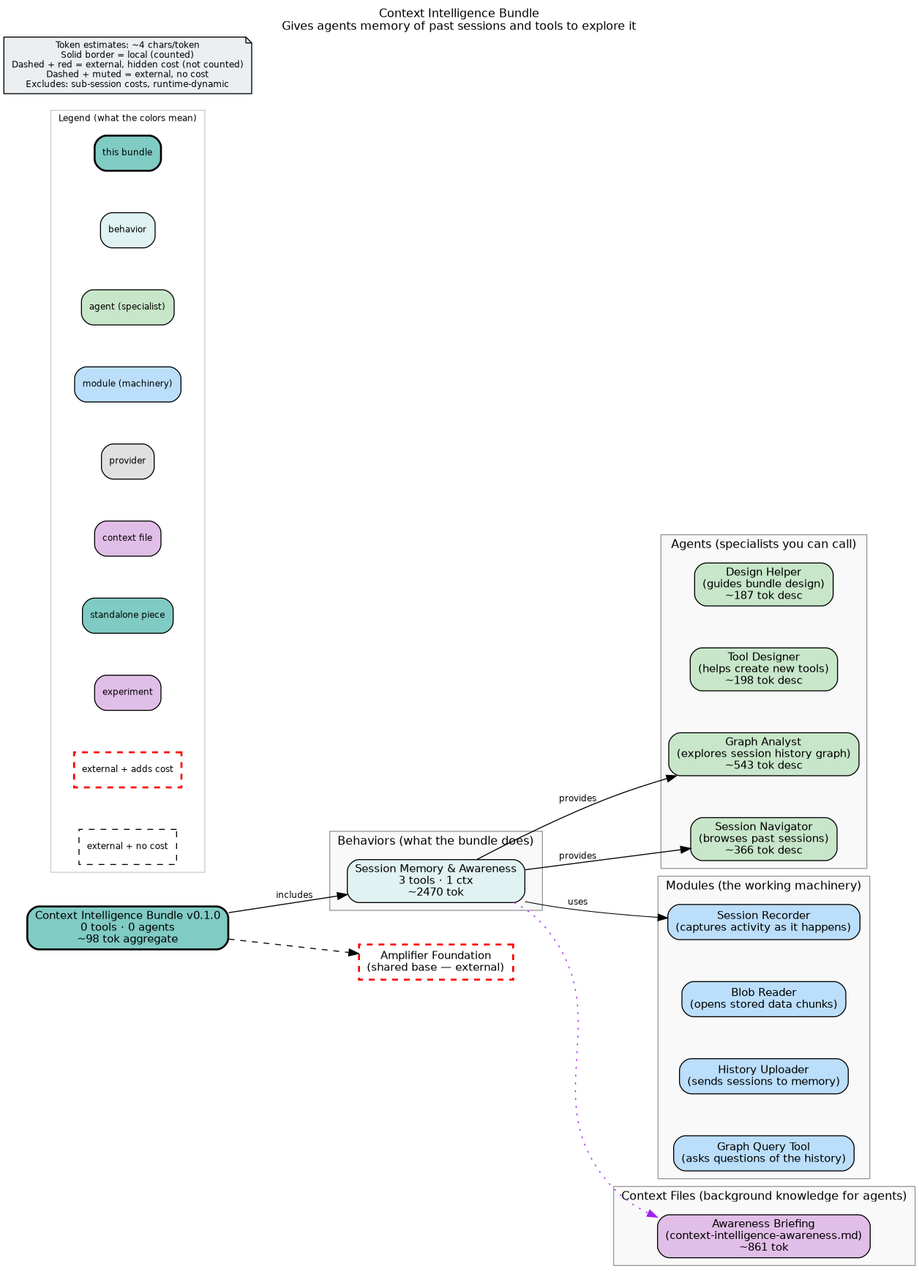
This is bundle.png from microsoft/amplifier-bundle-context-intelligence, a Graphviz export, as it was before one commit. Its source is kept beside it as bundle.dot.
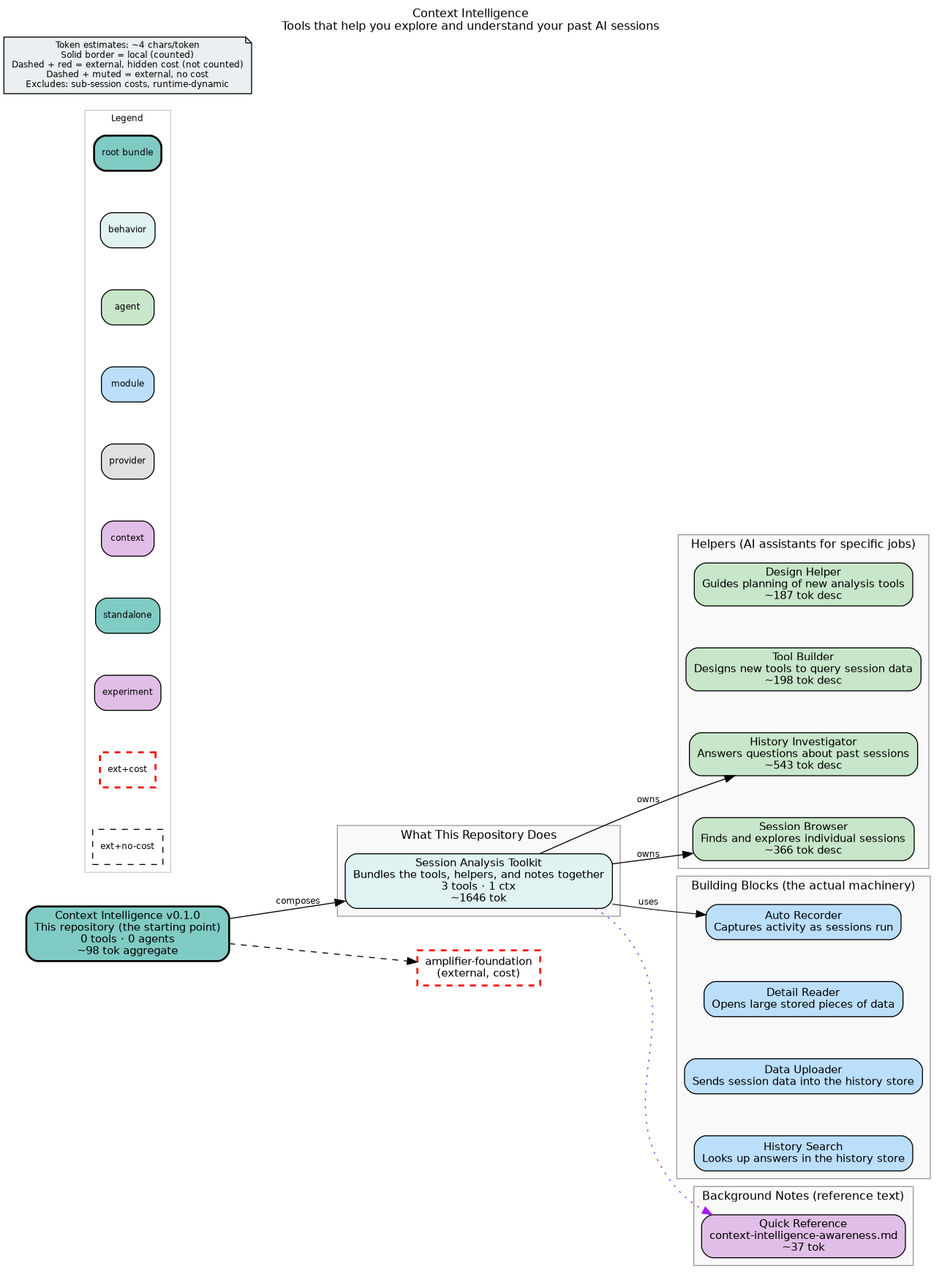
After the commit.

Diff of the diagram source:
```diff
@@ -2,88 +2,88 @@
     rankdir=LR
     fontname="Helvetica"
     fontsize=12
-    label="Context Intelligence Bundle\nGives agents memory of past sessions and tools to explore it"
+    label="Context Intelligence\nTools that help you explore and understand your past AI sessions"
     labelloc=t
     labeljust=c
     nodesep=0.6
     ranksep=0.7
     bgcolor="white"
-    source_hash="f138ee0941183a758726ef2860fce4f00279ddbce185e75572e772c8005b00fb"
+    source_hash="bf6a2e798b67aff8106a285f44fea27f2d3d68913787e4d477005c79e2b68b7c"
 
     node [fontname="Helvetica", fontsize=11, style="filled,rounded"]
     edge [fontname="Helvetica", fontsize=9]
 
-    root_context_intelligence [label="Context Intelligence Bundle v0.1.0\n0 tools · 0 agents\n~98 tok aggregate", shape=box, fillcolor="#80cbc4", style="filled,rounded,bold", penwidth=2]
+    root_context_intelligence [label="Context Intelligence v0.1.0\nThis repository (the starting point)\n0 tools · 0 agents\n~98 tok aggregate", shape=box, fillcolor="#80cbc4", style="filled,rounded,bold", penwidth=2]
 
     subgraph cluster_behaviors {
-        label="Behaviors (what the bundle does)"
+        label="What This Repository Does"
         style="filled"
         fillcolor="#f9f9f9"
         color="#999999"
 
-        beh_context_intelligence_behavior [label="Session Memory & Awareness\n3 tools · 1 ctx\n~2470 tok", shape=box, fillcolor="#e0f2f1", style="filled,rounded"]
+        beh_context_intelligence_behavior [label="Session Analysis Toolkit\nBundles the tools, helpers, and notes together\n3 tools · 1 ctx\n~1646 tok", shape=box, fillcolor="#e0f2f1", style="filled,rounded"]
     }
 
     subgraph cluster_agents {
-        label="Agents (specialists you can call)"
+        label="Helpers (AI assistants for specific jobs)"
         style="filled"
         fillcolor="#f9f9f9"
         color="#999999"
 
-        agt_context_intelligence_design_facilitator [label="Design Helper\n(guides bundle design)\n~187 tok desc", shape=box, fillcolor="#c8e6c9", style="filled,rounded"]
-        agt_context_intelligence_tool_designer [label="Tool Designer\n(helps create new tools)\n~198 tok desc", shape=box, fillcolor="#c8e6c9", style="filled,rounded"]
-        agt_graph_analyst [label="Graph Analyst\n(explores session history graph)\n~543 tok desc", shape=box, fillcolor="#c8e6c9", style="filled,rounded"]
-        agt_session_navigator [label="Session Navigator\n(browses past sessions)\n~366 tok desc", shape=box, fillcolor="#c8e6c9", style="filled,rounded"]
+        agt_context_intelligence_design_facilitator [label="Design Helper\nGuides planning of new analysis tools\n~187 tok desc", shape=box, fillcolor="#c8e6c9", style="filled,rounded"]
+        agt_context_intelligence_tool_designer [label="Tool Builder\nDesigns new tools to query session data\n~198 tok desc", shape=box, fillcolor="#c8e6c9", style="filled,rounded"]
+        agt_graph_analyst [label="History Investigator\nAnswers questions about past sessions\n~543 tok desc", shape=box, fillcolor="#c8e6c9", style="filled,rounded"]
+        agt_session_navigator [label="Session Browser\nFinds and explores individual sessions\n~366 tok desc", shape=box, fillcolor="#c8e6c9", style="filled,rounded"]
     }
 
     subgraph cluster_modules {
-        label="Modules (the working machinery)"
+        label="Building Blocks (the actual machinery)"
         style="filled"
         fillcolor="#f9f9f9"
         color="#999999"
 
-        mod_hook_context_intelligence [label="Session Recorder\n(captures activity as it happens)", shape=box, fillcolor="#bbdefb", style="filled,rounded"]
-        mod_tool_blob_read [label="Blob Reader\n(opens stored data chunks)", shape=box, fillcolor="#bbdefb", style="filled,rounded"]
-        mod_tool_context_intelligence_upload [label="History Uploader\n(sends sessions to memory)", shape=box, fillcolor="#bbdefb", style="filled,rounded"]
-        mod_tool_graph_query [label="Graph Query Tool\n(asks questions of the history)", shape=box, fillcolor="#bbdefb", style="filled,rounded"]
+        mod_hook_context_intelligence [label="Auto Recorder\nCaptures activity as sessions run", shape=box, fillcolor="#bbdefb", style="filled,rounded"]
+        mod_tool_blob_read [label="Detail Reader\nOpens large stored pieces of data", shape=box, fillcolor="#bbdefb", style="filled,rounded"]
+        mod_tool_context_intelligence_upload [label="Data Uploader\nSends session data into the history store", shape=box, fillcolor="#bbdefb", style="filled,rounded"]
+        mod_tool_graph_query [label="History Search\nLooks up answers in the history store", shape=box, fillcolor="#bbdefb", style="filled,rounded"]
     }
 
     subgraph cluster_context {
-        label="Context Files (background knowledge for agents)"
+        label="Background Notes (reference text)"
         style="filled"
         fillcolor="#f9f9f9"
         color="#999999"
 
-        ctx_context_intelligence_awareness_md [label="Awareness Briefing\n(context-intelligence-awareness.md)\n~861 tok", shape=box, fillcolor="#e1bee7", style="filled,rounded"]
+        ctx_context_intelligence_awareness_md [label="Quick Reference\ncontext-intelligence-awareness.md\n~37 tok", shape=box, fillcolor="#e1bee7", style="filled,rounded"]
     }
 
     subgraph cluster_legend {
-        label="Legend (what the colors mean)"
+        label="Legend"
         style="filled"
         fillcolor="white"
         color="#cccccc"
         fontsize=9
 
-        leg_root [label="this bundle", shape=box, fillcolor="#80cbc4", style="filled,rounded,bold", fontsize=9]
+        leg_root [label="root bundle", shape=box, fillcolor="#80cbc4", style="filled,rounded,bold", fontsize=9]
         leg_behavior [label="behavior", shape=box, fillcolor="#e0f2f1", style="filled,rounded", fontsize=9]
-        leg_agent [label="agent (specialist)", shape=box, fillcolor="#c8e6c9", style="filled,rounded", fontsize=9]
-        leg_module [label="module (machinery)", shape=box, fillcolor="#bbdefb", style="filled,rounded", fontsize=9]
+        leg_agent [label="agent", shape=box, fillcolor="#c8e6c9", style="filled,rounded", fontsize=9]
+        leg_module [label="module", shape=box, fillcolor="#bbdefb", style="filled,rounded", fontsize=9]
         leg_provider [label="provider", shape=box, fillcolor="#e0e0e0", style="filled,rounded", fontsize=9]
-        leg_context [label="context file", shape=box, fillcolor="#e1bee7", style="filled,rounded", fontsize=9]
-        leg_standalone [label="standalone piece", shape=box, fillcolor="#80cbc4", style="filled,rounded", fontsize=9]
+        leg_context [label="context", shape=box, fillcolor="#e1bee7", style="filled,rounded", fontsize=9]
+        leg_standalone [label="standalone", shape=box, fillcolor="#80cbc4", style="filled,rounded", fontsize=9]
         leg_experiment [label="experiment", shape=box, fillcolor="#e1bee7", style="filled,rounded", fontsize=9]
-        leg_ext_cost [label="external + adds cost", shape=box, fillcolor="#80cbc4", style="dashed", color="red", penwidth=2, fontsize=9]
-        leg_ext_muted [label="external + no cost", shape=box, fillcolor="#f5f5f5", style="dashed", fontsize=9]
+        leg_ext_cost [label="ext+cost", shape=box, fillcolor="#80cbc4", style="dashed", color="red", penwidth=2, fontsize=9]
+        leg_ext_muted [label="ext+no-cost", shape=box, fillcolor="#f5f5f5", style="dashed", fontsize=9]
     }
 
     disclaimer [label="Token estimates: ~4 chars/token\nSolid border = local (counted)\nDashed + red = external, hidden cost (not counted)\nDashed + muted = external, no cost\nExcludes: sub-session costs, runtime-dynamic", shape=note, fillcolor="#eceff1", style="filled", fontsize=9]
 
-    ext_githttps___github_com_microsoft_amplifier_foundation_main [label="Amplifier Foundation\n(shared base — external)", shape=box, fillcolor="#80cbc4", style="dashed", color="red", penwidth=2]
+    ext_githttps___github_com_microsoft_amplifier_foundation_main [label="amplifier-foundation\n(external, cost)", shape=box, fillcolor="#80cbc4", style="dashed", color="red", penwidth=2]
 
     root_context_intelligence -> ext_githttps___github_com_microsoft_amplifier_foundation_main [style=dashed]
-    root_context_intelligence -> beh_context_intelligence_behavior [label="includes"]
-    beh_context_intelligence_behavior -> agt_graph_analyst [label="provides"]
-    beh_context_intelligence_behavior -> agt_session_navigator [label="provides"]
+    root_context_intelligence -> beh_context_intelligence_behavior [label="composes"]
+    beh_context_intelligence_behavior -> agt_graph_analyst [label="owns"]
+    beh_context_intelligence_behavior -> agt_session_navigator [label="owns"]
     beh_context_intelligence_behavior -> mod_hook_context_intelligence [label="uses", penwidth=0.8]
     beh_context_intelligence_behavior -> ctx_context_intelligence_awareness_md [style=dotted, color=purple]
 }
```
